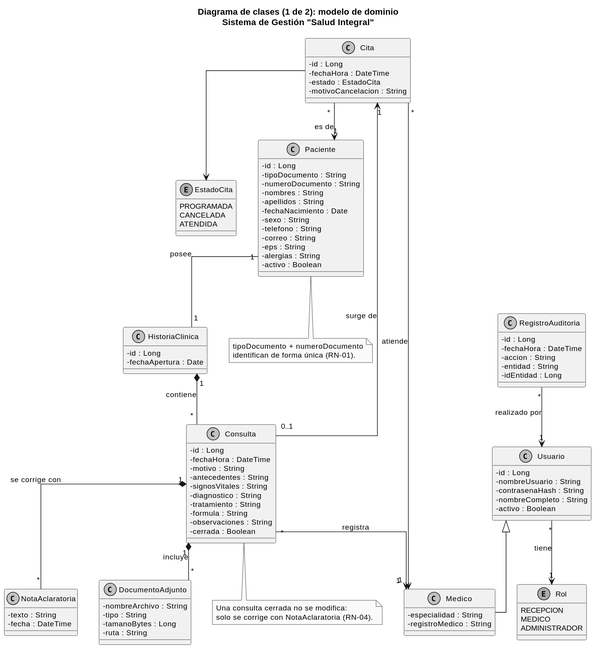
JNACHO2001/consultorio-medico keeps this PlantUML diagram as docs/uml/img/02a_clases_dominio.svg. Above is the earlier version. Its diagram source:
```plantuml
@startuml

skinparam monochrome true
skinparam shadowing false
skinparam dpi 150
skinparam defaultFontSize 12
skinparam classAttributeIconSize 0
skinparam linetype ortho

title Diagrama de clases (1 de 2): modelo de dominio\nSistema de Gestión "Salud Integral"

enum Rol {
  RECEPCION
  MEDICO
  ADMINISTRADOR
}

enum EstadoCita {
  PROGRAMADA
  CANCELADA
  ATENDIDA
}

class Usuario {
  - id : Long
  - nombreUsuario : String
  - contrasenaHash : String
  - nombreCompleto : String
  - activo : Boolean
}

class Medico {
  - especialidad : String
  - registroMedico : String
}

class Paciente {
  - id : Long
  - tipoDocumento : String
  - numeroDocumento : String
  - nombres : String
  - apellidos : String
  - fechaNacimiento : Date
  - sexo : String
  - telefono : String
  - correo : String
  - eps : String
  - alergias : String
  - activo : Boolean
}

class Cita {
  - id : Long
  - fechaHora : DateTime
  - estado : EstadoCita
  - motivoCancelacion : String
}

class HistoriaClinica {
  - id : Long
  - fechaApertura : Date
}

class Consulta {
  - id : Long
  - fechaHora : DateTime
  - motivo : String
  - antecedentes : String
  - signosVitales : String
  - diagnostico : String
  - tratamiento : String
  - formula : String
  - observaciones : String
  - cerrada : Boolean
}

class NotaAclaratoria {
  - texto : String
  - fecha : DateTime
}

class DocumentoAdjunto {
  - nombreArchivo : String
  - tipo : String
  - tamanoBytes : Long
  - ruta : String
}

class RegistroAuditoria {
  - id : Long
  - fechaHora : DateTime
  - accion : String
  - entidad : String
  - idEntidad : Long
}

Usuario <|-- Medico
Usuario "*" --> "1" Rol : tiene

Paciente "1" -- "1" HistoriaClinica : posee
HistoriaClinica "1" *-- "*" Consulta : contiene
Consulta "1" *-- "*" NotaAclaratoria : se corrige con
Consulta "1" *-- "*" DocumentoAdjunto : incluye

Cita "*" --> "1" Paciente : es de
Cita "*" --> "1" Medico : atiende
Cita --> EstadoCita
Consulta "0..1" --> "1" Cita : surge de
Consulta "*" --> "1" Medico : registra

RegistroAuditoria "*" --> "1" Usuario : realizado por

note bottom of Consulta
  Una consulta cerrada no se modifica:
  solo se corrige con NotaAclaratoria (RN-04).
end note

note bottom of Paciente
  tipoDocumento + numeroDocumento
  identifican de forma única (RN-01).
end note
@enduml
```
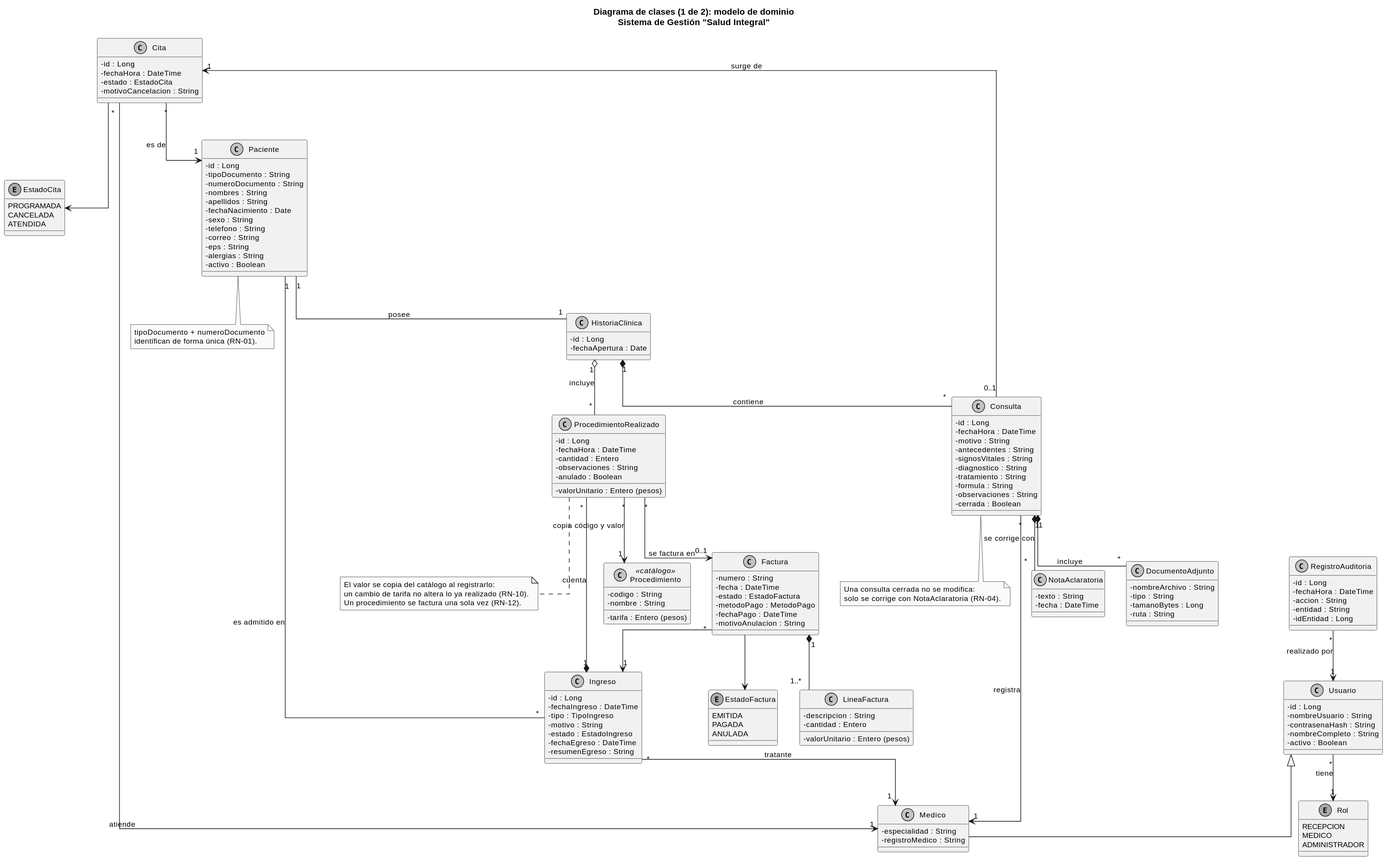
Above is the later version.

Commit message:
docs(uml): imagen SVG de 02a_clases_dominio actualizada

The edit, as a diff of the source:
```diff
@@ -79,6 +79,52 @@
   - fecha : DateTime
 }
 
+class Ingreso {
+  - id : Long
+  - fechaIngreso : DateTime
+  - tipo : TipoIngreso
+  - motivo : String
+  - estado : EstadoIngreso
+  - fechaEgreso : DateTime
+  - resumenEgreso : String
+}
+
+class Procedimiento <<catálogo>> {
+  - codigo : String
+  - nombre : String
+  - tarifa : Entero (pesos)
+}
+
+class ProcedimientoRealizado {
+  - id : Long
+  - fechaHora : DateTime
+  - cantidad : Entero
+  - valorUnitario : Entero (pesos)
+  - observaciones : String
+  - anulado : Boolean
+}
+
+class Factura {
+  - numero : String
+  - fecha : DateTime
+  - estado : EstadoFactura
+  - metodoPago : MetodoPago
+  - fechaPago : DateTime
+  - motivoAnulacion : String
+}
+
+class LineaFactura {
+  - descripcion : String
+  - cantidad : Entero
+  - valorUnitario : Entero (pesos)
+}
+
+enum EstadoFactura {
+  EMITIDA
+  PAGADA
+  ANULADA
+}
+
 class DocumentoAdjunto {
   - nombreArchivo : String
   - tipo : String
@@ -108,6 +154,16 @@
 Consulta "0..1" --> "1" Cita : surge de
 Consulta "*" --> "1" Medico : registra
 
+Paciente "1" -- "*" Ingreso : es admitido en
+Ingreso "*" --> "1" Medico : tratante
+Ingreso "1" *-- "*" ProcedimientoRealizado : cuenta
+HistoriaClinica "1" o-- "*" ProcedimientoRealizado : incluye
+ProcedimientoRealizado "*" --> "1" Procedimiento : copia código y valor
+ProcedimientoRealizado "*" --> "0..1" Factura : se factura en
+Factura "*" --> "1" Ingreso
+Factura "1" *-- "1..*" LineaFactura
+Factura --> EstadoFactura
+
 RegistroAuditoria "*" --> "1" Usuario : realizado por
 
 note bottom of Consulta
@@ -115,6 +171,12 @@
   solo se corrige con NotaAclaratoria (RN-04).
 end note
 
+note bottom of ProcedimientoRealizado
+  El valor se copia del catálogo al registrarlo:
+  un cambio de tarifa no altera lo ya realizado (RN-10).
+  Un procedimiento se factura una sola vez (RN-12).
+end note
+
 note bottom of Paciente
   tipoDocumento + numeroDocumento
   identifican de forma única (RN-01).
```
